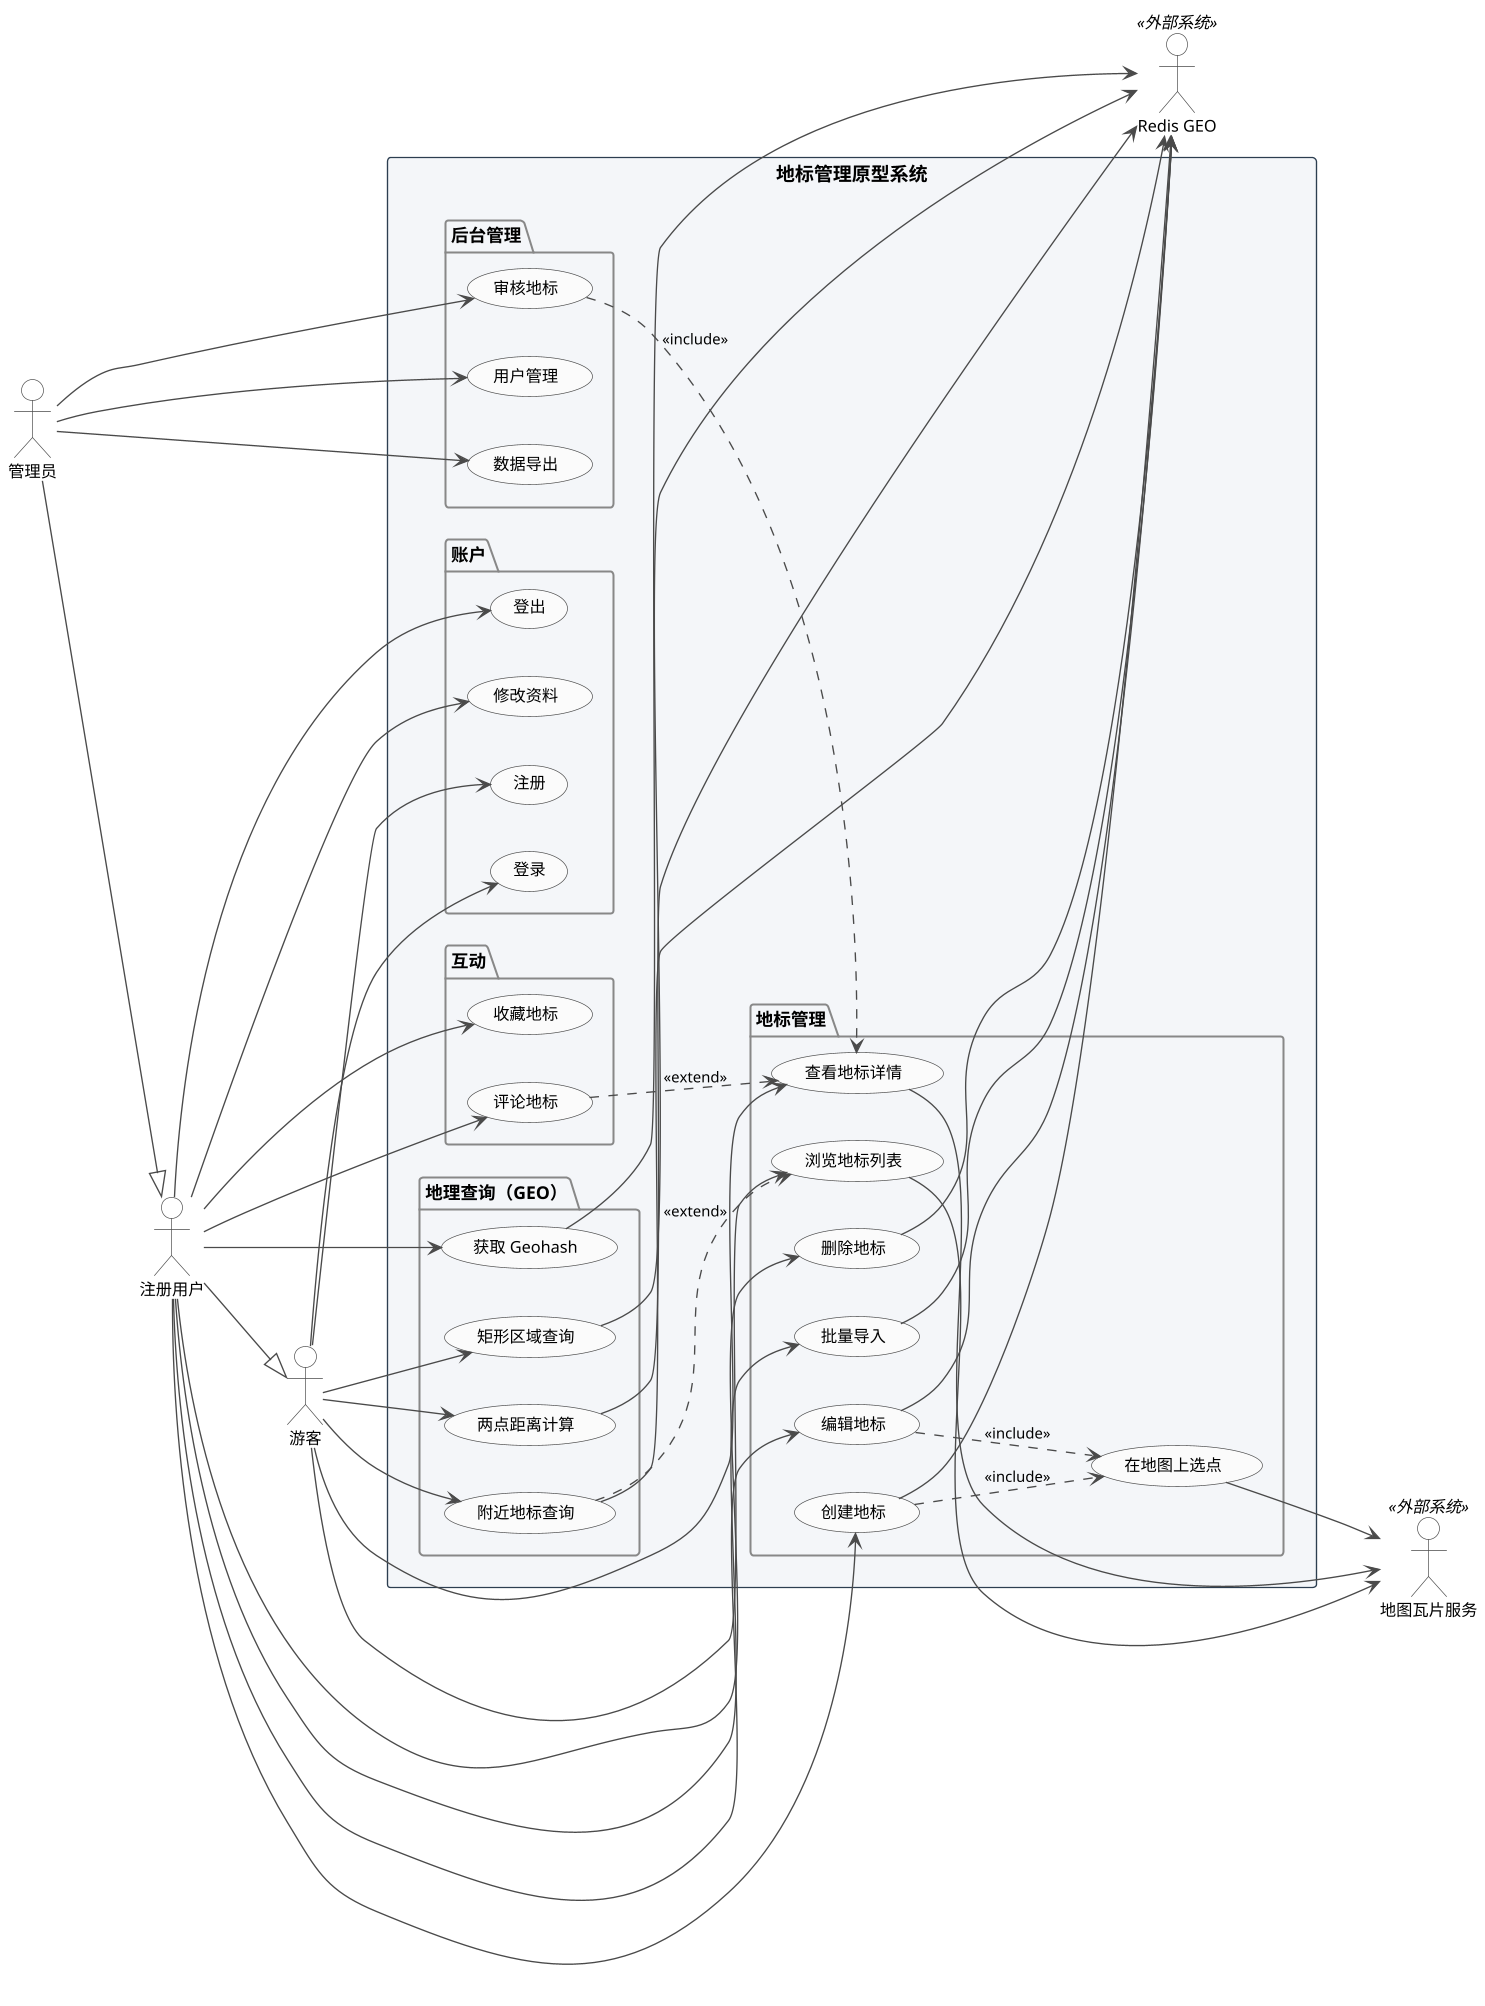
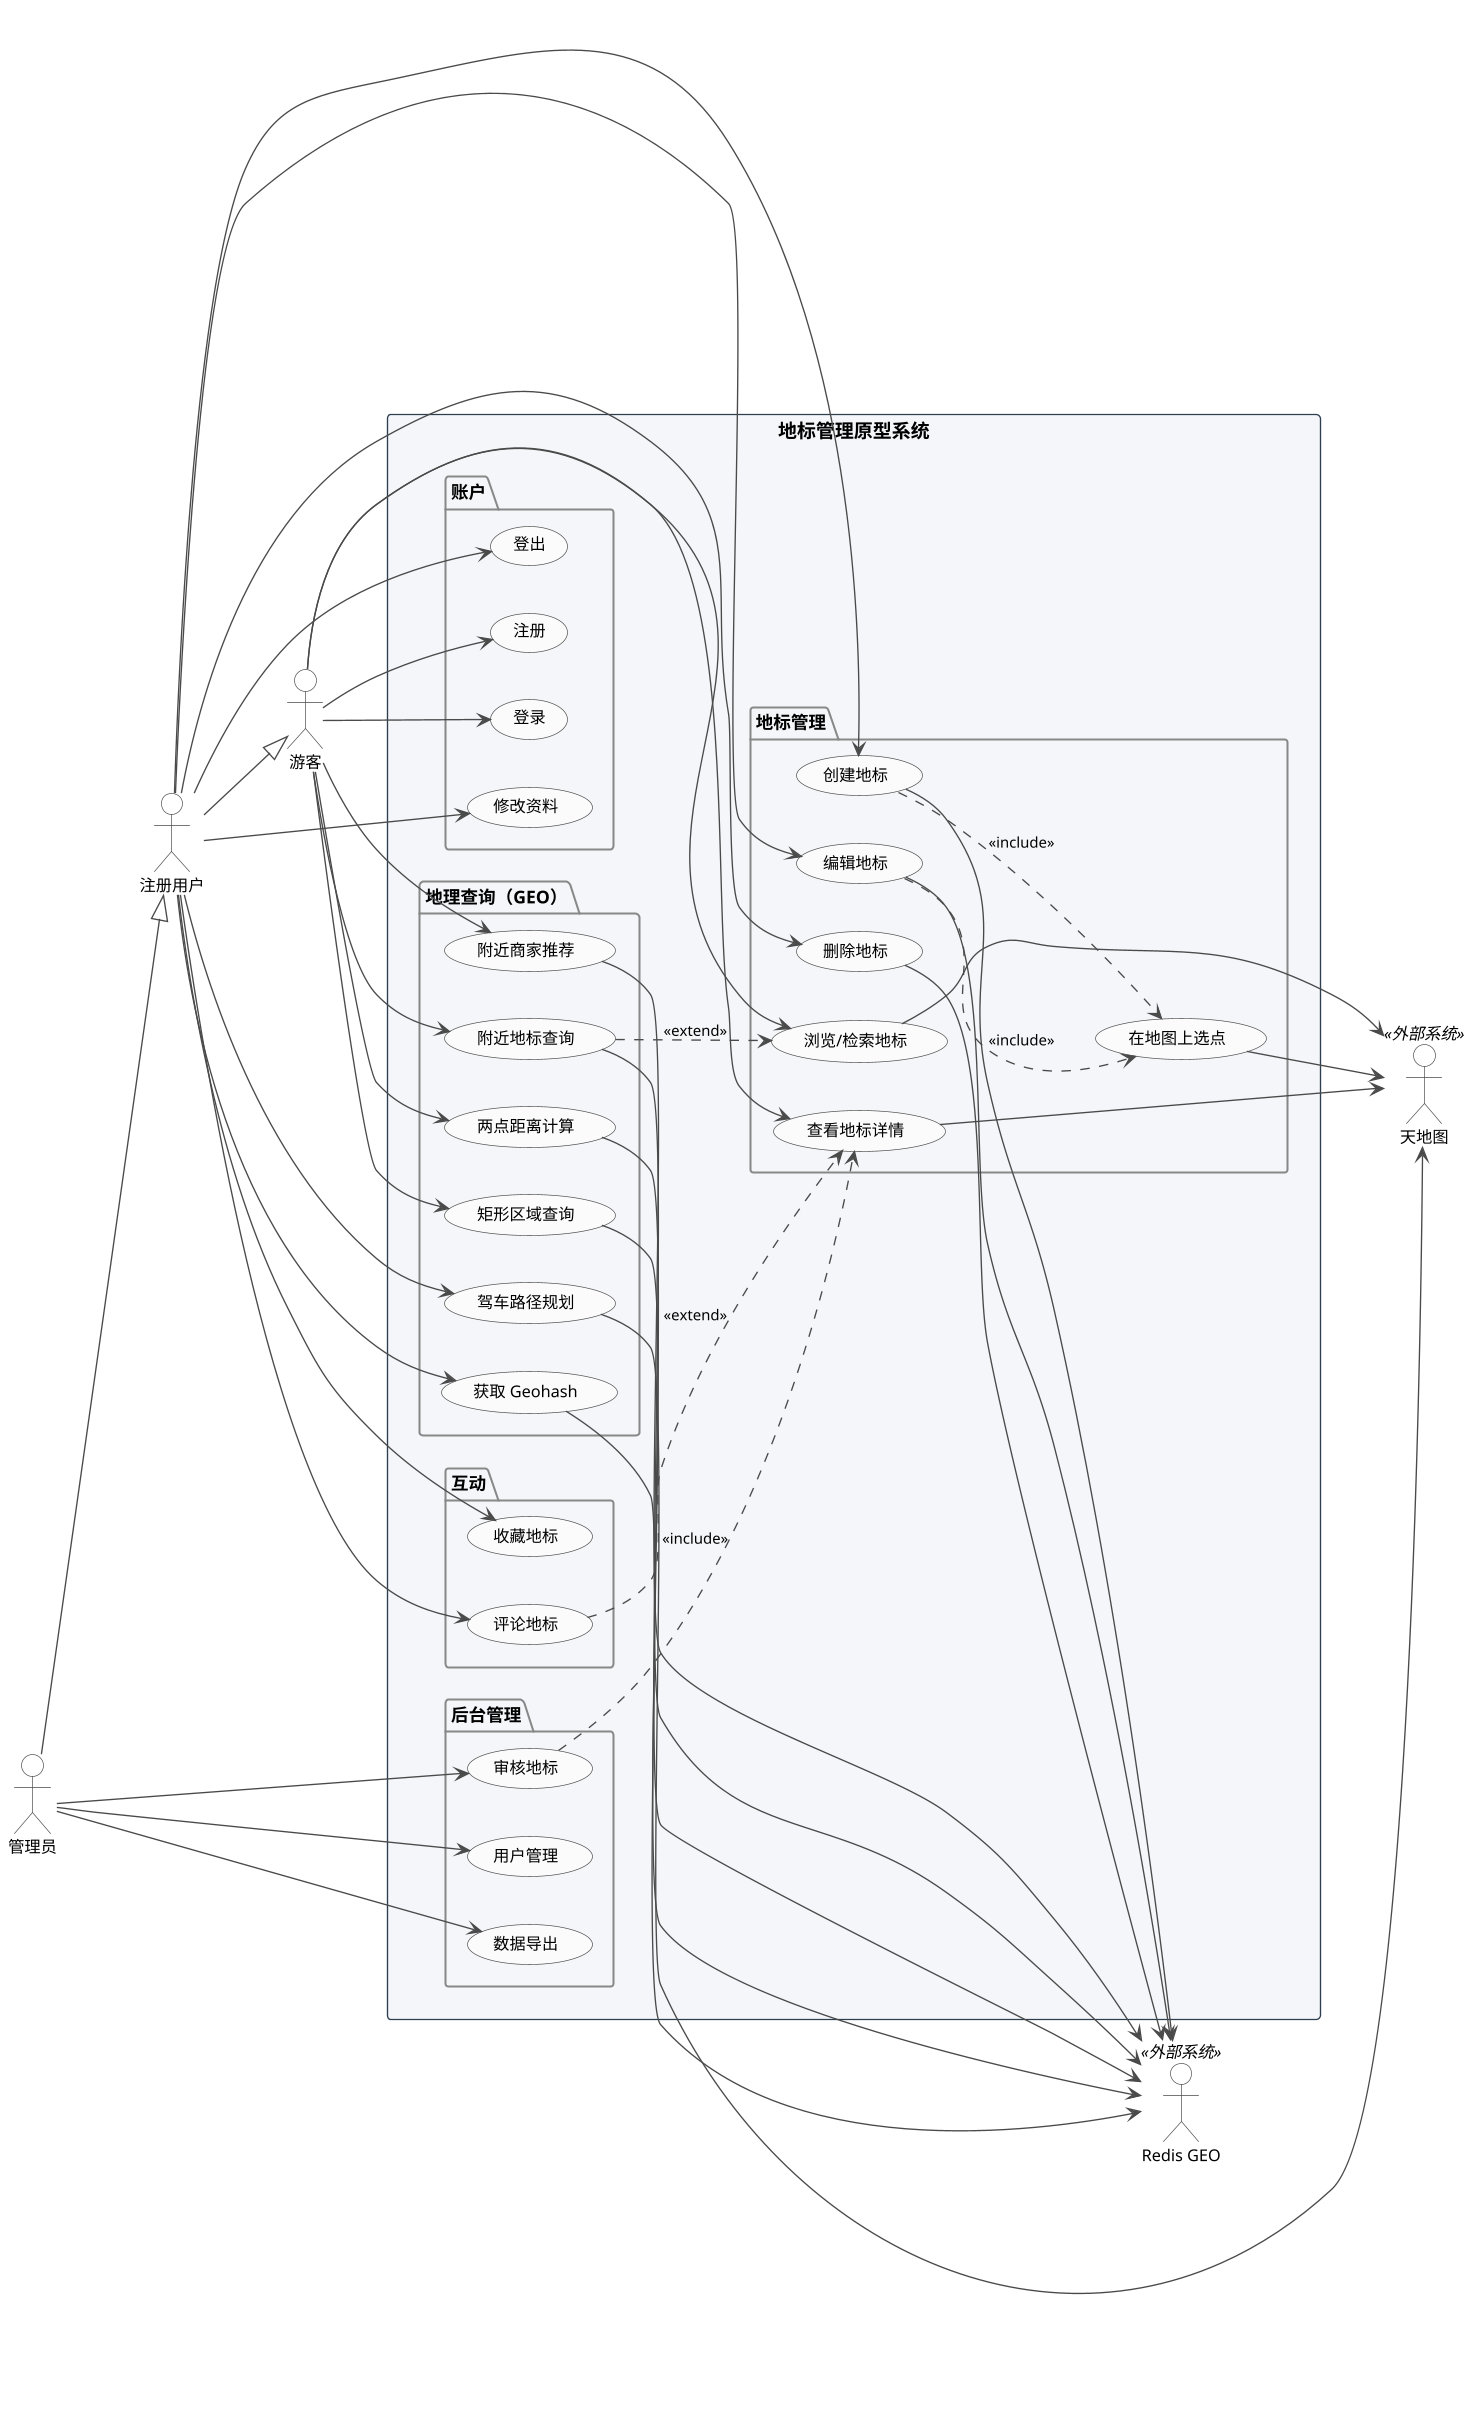
@startuml LandmarkUseCase
' ============================================================
' 地标管理原型系统 用例图
' 软件工程课程设计 · 第 N 组（许桐恺、闫晨曦、肖旭仁、侯躍铖、魏振邦）
' ============================================================

skinparam dpi 130
skinparam shadowing false
skinparam handwritten false
skinparam defaultFontName "PingFang SC"
skinparam ArrowColor #4A4A4A
skinparam ArrowFontSize 11

skinparam usecase {
  BackgroundColor #FBFBFB
  BorderColor #4A4A4A
  FontSize 12
}
skinparam actor {
  BackgroundColor #FFFFFF
  BorderColor #4A4A4A
  FontSize 12
}
skinparam package {
  BackgroundColor #F4F6F9
  BorderColor #888888
  FontStyle bold
  FontSize 13
}
skinparam rectangle {
  BorderColor #2C3E50
  FontStyle bold
  FontSize 14
}

left to right direction

' ---------- 主参与者 ----------
actor 游客      as Guest
actor "注册用户" as User
actor 管理员    as Admin

User  --|> Guest
Admin --|> User

' ---------- 系统边界 ----------
rectangle "地标管理原型系统" {

  package "账户" {
    usecase "注册"      as UC_REG
    usecase "登录"      as UC_LOGIN
    usecase "登出"      as UC_LOGOUT
    usecase "修改资料"  as UC_PROFILE
  }

  package "地标管理" {
-     usecase "浏览地标列表" as UC_LIST
+     usecase "浏览/检索地标" as UC_LIST
    usecase "查看地标详情" as UC_DETAIL
    usecase "创建地标"     as UC_CREATE
    usecase "编辑地标"     as UC_EDIT
    usecase "删除地标"     as UC_DELETE
-     usecase "批量导入"     as UC_IMPORT
    usecase "在地图上选点" as UC_PICK
  }

  package "地理查询（GEO）" {
    usecase "附近地标查询"   as UC_NEARBY
    usecase "两点距离计算"   as UC_DIST
    usecase "矩形区域查询"   as UC_BOX
    usecase "获取 Geohash"   as UC_HASH
+     usecase "附近商家推荐"   as UC_RECO
+     usecase "驾车路径规划"   as UC_ROUTE
  }

  package "互动" {
    usecase "收藏地标" as UC_FAV
    usecase "评论地标" as UC_COMMENT
  }

  package "后台管理" {
    usecase "审核地标" as UC_REVIEW
    usecase "用户管理" as UC_USERMGMT
    usecase "数据导出" as UC_EXPORT
  }
}

' ---------- 外部系统 ----------
- actor "Redis GEO"     as Redis  <<外部系统>>
- actor "地图瓦片服务"  as Map    <<外部系统>>
+ actor "Redis GEO"  as Redis  <<外部系统>>
+ actor "天地图"     as Map    <<外部系统>>

' ---------- 游客可达 ----------
Guest --> UC_REG
Guest --> UC_LOGIN
Guest --> UC_LIST
Guest --> UC_DETAIL
Guest --> UC_NEARBY
Guest --> UC_DIST
Guest --> UC_BOX
+ Guest --> UC_RECO

' ---------- 注册用户增量 ----------
User --> UC_LOGOUT
User --> UC_PROFILE
User --> UC_CREATE
User --> UC_EDIT
User --> UC_DELETE
- User --> UC_IMPORT
User --> UC_HASH
+ User --> UC_ROUTE
User --> UC_FAV
User --> UC_COMMENT

' ---------- 管理员增量 ----------
Admin --> UC_REVIEW
Admin --> UC_USERMGMT
Admin --> UC_EXPORT

' ---------- include / extend ----------
UC_CREATE  ..> UC_PICK   : <<include>>
UC_EDIT    ..> UC_PICK   : <<include>>
UC_NEARBY  ..> UC_LIST   : <<extend>>
UC_COMMENT ..> UC_DETAIL : <<extend>>
UC_REVIEW  ..> UC_DETAIL : <<include>>

' ---------- 外部系统调用 ----------
UC_CREATE --> Redis
UC_EDIT   --> Redis
UC_DELETE --> Redis
- UC_IMPORT --> Redis
UC_NEARBY --> Redis
UC_DIST   --> Redis
UC_BOX    --> Redis
UC_HASH   --> Redis
+ UC_RECO   --> Redis

UC_LIST   --> Map
UC_DETAIL --> Map
UC_PICK   --> Map
+ UC_ROUTE  --> Map

@enduml
